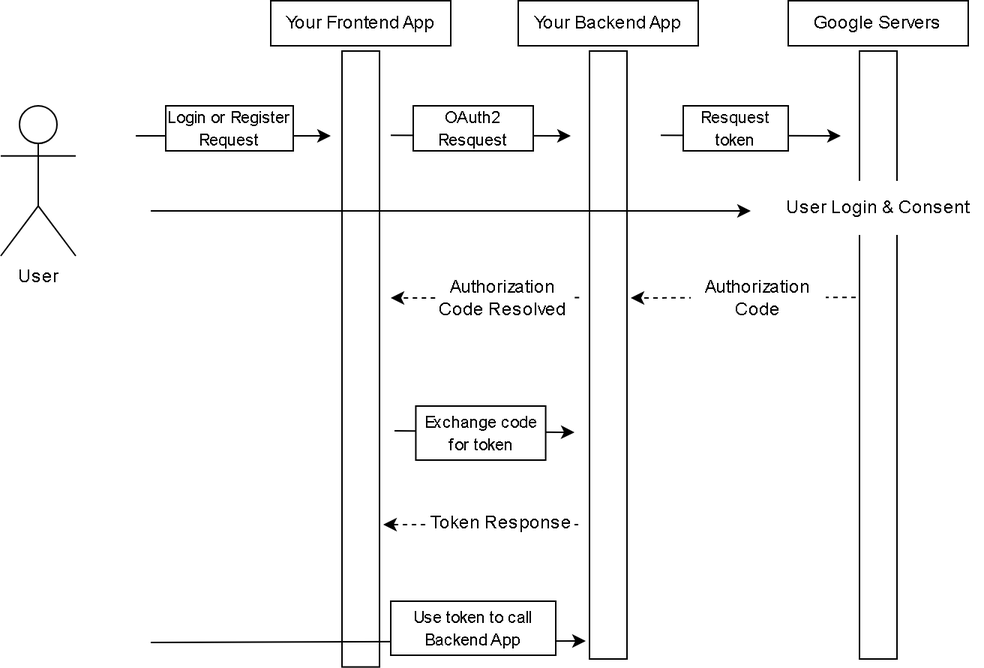
Before: ouath2-diagram.png, a diagram exported from draw.io (rogelioolarte/auth-alpaca). Source tidied: cells renumbered, new cells last; positions are measured from the earlier drawing's top-left corner, leaving out a move shared by most shapes.
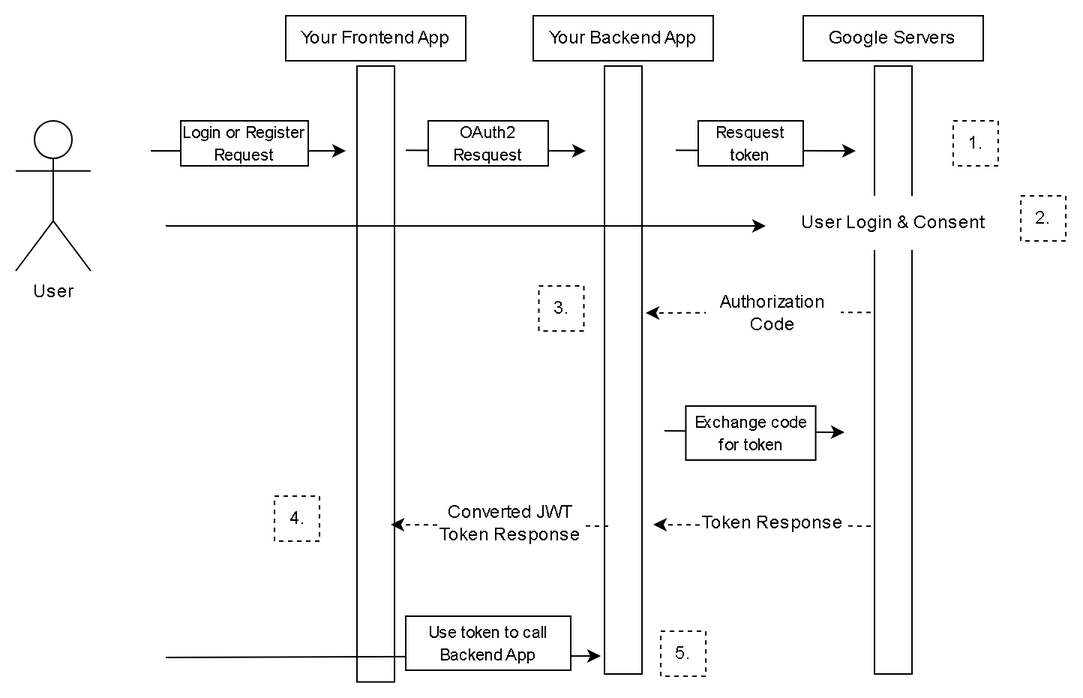
Above is the later version.

What changed in the source:
```diff
@@ -67,12 +67,12 @@
     </mxCell>
     <mxCell id="18" style="endArrow=classic;html=1;rounded=0;" parent="1" edge="1">
       <mxGeometry relative="1" as="geometry">
-        <mxPoint x="262.5" y="286.5" as="sourcePoint" />
-        <mxPoint x="382.5" y="287.5" as="targetPoint" />
+        <mxPoint x="432.5" y="276.5" as="sourcePoint" />
+        <mxPoint x="552.5" y="277.5" as="targetPoint" />
       </mxGeometry>
     </mxCell>
     <mxCell id="19" value="&lt;font style=&quot;font-size: 11px;&quot;&gt;Exchange code for token&lt;/font&gt;" style="rounded=0;whiteSpace=wrap;html=1;" parent="1" vertex="1">
-      <mxGeometry x="276.7" y="270" width="86.6" height="36" as="geometry" />
+      <mxGeometry x="446.7" y="260" width="86.6" height="36" as="geometry" />
     </mxCell>
     <mxCell id="20" style="endArrow=classic;html=1;rounded=0;" parent="1" edge="1">
       <mxGeometry relative="1" as="geometry">
@@ -85,24 +85,39 @@
     </mxCell>
     <mxCell id="22" style="endArrow=classic;html=1;rounded=0;dashed=1;" parent="1" edge="1">
       <mxGeometry relative="1" as="geometry">
-        <mxPoint x="385" y="349" as="sourcePoint" />
-        <mxPoint x="255" y="349" as="targetPoint" />
+        <mxPoint x="570" y="340" as="sourcePoint" />
+        <mxPoint x="425" y="339" as="targetPoint" />
       </mxGeometry>
     </mxCell>
-    <mxCell id="23" style="endArrow=classic;html=1;rounded=0;strokeColor=default;dashed=1;arcSize=0;" parent="1" edge="1">
-      <mxGeometry relative="1" as="geometry">
-        <mxPoint x="385.6" y="197.8" as="sourcePoint" />
-        <mxPoint x="260" y="198" as="targetPoint" />
-      </mxGeometry>
-    </mxCell>
-    <mxCell id="24" value="Authorization Code Resolved" style="rounded=0;whiteSpace=wrap;html=1;strokeColor=none;" parent="1" vertex="1">
-      <mxGeometry x="290" y="180" width="90" height="36" as="geometry" />
-    </mxCell>
     <mxCell id="25" value="Token Response" style="rounded=0;whiteSpace=wrap;html=1;strokeColor=none;" parent="1" vertex="1">
-      <mxGeometry x="285" y="330" width="97.5" height="36" as="geometry" />
+      <mxGeometry x="456.2" y="320" width="97.5" height="36" as="geometry" />
     </mxCell>
     <mxCell id="26" value="&lt;font style=&quot;font-size: 11px;&quot;&gt;Login or Register Request&lt;/font&gt;" style="rounded=0;whiteSpace=wrap;html=1;" parent="1" vertex="1">
       <mxGeometry x="110" y="70" width="85" height="30" as="geometry" />
     </mxCell>
+    <mxCell id="27" value="1." style="rounded=0;whiteSpace=wrap;html=1;strokeColor=default;dashed=1;" parent="1" vertex="1">
+      <mxGeometry x="625" y="70" width="30" height="30" as="geometry" />
+    </mxCell>
+    <mxCell id="28" value="2." style="rounded=0;whiteSpace=wrap;html=1;strokeColor=default;dashed=1;" parent="1" vertex="1">
+      <mxGeometry x="670" y="120" width="30" height="30" as="geometry" />
+    </mxCell>
+    <mxCell id="29" style="endArrow=classic;html=1;rounded=0;dashed=1;" parent="1" edge="1">
+      <mxGeometry relative="1" as="geometry">
+        <mxPoint x="395" y="340" as="sourcePoint" />
+        <mxPoint x="250" y="339" as="targetPoint" />
+      </mxGeometry>
+    </mxCell>
+    <mxCell id="30" value="Converted JWT Token Response" style="rounded=0;whiteSpace=wrap;html=1;strokeColor=none;" parent="1" vertex="1">
+      <mxGeometry x="281.2" y="320" width="97.5" height="36" as="geometry" />
+    </mxCell>
+    <mxCell id="31" value="3." style="rounded=0;whiteSpace=wrap;html=1;strokeColor=default;dashed=1;" parent="1" vertex="1">
+      <mxGeometry x="348.8" y="180" width="30" height="30" as="geometry" />
+    </mxCell>
+    <mxCell id="32" value="4." style="rounded=0;whiteSpace=wrap;html=1;strokeColor=default;dashed=1;" parent="1" vertex="1">
+      <mxGeometry x="172.5" y="320" width="30" height="30" as="geometry" />
+    </mxCell>
+    <mxCell id="33" value="5." style="rounded=0;whiteSpace=wrap;html=1;strokeColor=default;dashed=1;" parent="1" vertex="1">
+      <mxGeometry x="430" y="410" width="30" height="30" as="geometry" />
+    </mxCell>
   </root>
 </mxGraphModel>
```
